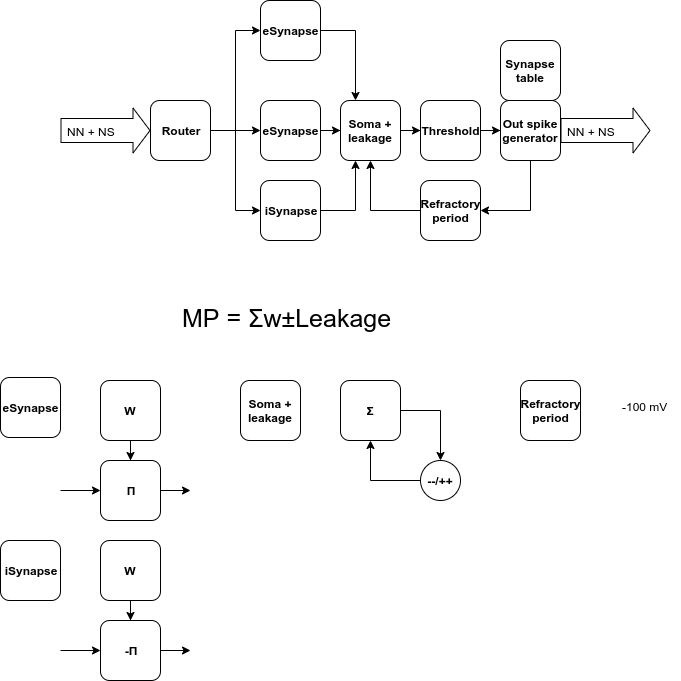
research-team/memristive-spinal-cord keeps this draw.io diagram as doc/diagram/sdn.png. Above is the earlier version. Source tidied: cells renumbered, new cells last; positions are measured from the earlier drawing's top-left corner, leaving out a move shared by most shapes. The source it was exported from:
```xml
<mxGraphModel>
  <root>
    <mxCell id="0" />
    <mxCell id="1" parent="0" />
    <mxCell id="2" style="shape=flexArrow;endArrow=classic;html=1;width=24;endSize=5.33;" parent="1" edge="1">
      <mxGeometry relative="1" as="geometry">
        <mxPoint x="60" y="130" as="sourcePoint" />
        <mxPoint x="150" y="130" as="targetPoint" />
      </mxGeometry>
    </mxCell>
    <mxCell id="3" value="NN + NS" style="text;html=1;align=center;verticalAlign=middle;labelBackgroundColor=#ffffff;" parent="2" vertex="1">
      <mxGeometry x="-0.64" y="2" relative="1" as="geometry">
        <mxPoint x="14" y="2" as="offset" />
      </mxGeometry>
    </mxCell>
    <mxCell id="4" style="edgeStyle=orthogonalEdgeStyle;rounded=0;jettySize=auto;html=1;entryX=0;entryY=0.5;entryDx=0;entryDy=0;" parent="1" edge="1" source="7" target="9">
      <mxGeometry relative="1" as="geometry" />
    </mxCell>
    <mxCell id="5" style="edgeStyle=orthogonalEdgeStyle;rounded=0;jettySize=auto;html=1;entryX=0;entryY=0.5;entryDx=0;entryDy=0;" parent="1" edge="1" source="7" target="30">
      <mxGeometry relative="1" as="geometry" />
    </mxCell>
    <mxCell id="6" style="edgeStyle=orthogonalEdgeStyle;rounded=0;jettySize=auto;html=1;entryX=0;entryY=0.5;entryDx=0;entryDy=0;" parent="1" edge="1" source="7" target="32">
      <mxGeometry relative="1" as="geometry" />
    </mxCell>
    <mxCell id="7" value="&lt;b&gt;Router&lt;/b&gt;" style="rounded=1;whiteSpace=wrap;html=1;" parent="1" vertex="1">
      <mxGeometry x="150" y="100" width="60" height="60" as="geometry" />
    </mxCell>
    <mxCell id="8" style="edgeStyle=orthogonalEdgeStyle;rounded=0;jettySize=auto;html=1;entryX=0.25;entryY=0;entryDx=0;entryDy=0;" parent="1" edge="1" source="9" target="11">
      <mxGeometry relative="1" as="geometry" />
    </mxCell>
    <mxCell id="9" value="&lt;b&gt;eSynapse&lt;/b&gt;" style="rounded=1;whiteSpace=wrap;html=1;" parent="1" vertex="1">
      <mxGeometry x="260" width="60" height="60" as="geometry" />
    </mxCell>
    <mxCell id="10" style="edgeStyle=orthogonalEdgeStyle;rounded=0;jettySize=auto;html=1;" parent="1" edge="1" source="11" target="13">
      <mxGeometry relative="1" as="geometry" />
    </mxCell>
    <mxCell id="11" value="&lt;b&gt;Soma + leakage&lt;/b&gt;" style="rounded=1;whiteSpace=wrap;html=1;" parent="1" vertex="1">
      <mxGeometry x="340" y="100" width="60" height="60" as="geometry" />
    </mxCell>
    <mxCell id="12" style="edgeStyle=orthogonalEdgeStyle;rounded=0;jettySize=auto;html=1;" parent="1" edge="1" source="13" target="15">
      <mxGeometry relative="1" as="geometry" />
    </mxCell>
    <mxCell id="13" value="&lt;b&gt;Threshold&lt;/b&gt;" style="rounded=1;whiteSpace=wrap;html=1;" parent="1" vertex="1">
      <mxGeometry x="420" y="100" width="60" height="60" as="geometry" />
    </mxCell>
    <mxCell id="14" style="edgeStyle=orthogonalEdgeStyle;rounded=0;jettySize=auto;html=1;entryX=1;entryY=0.5;entryDx=0;entryDy=0;" parent="1" edge="1" source="15" target="17">
      <mxGeometry relative="1" as="geometry">
        <Array as="points">
          <mxPoint x="530" y="210" />
        </Array>
      </mxGeometry>
    </mxCell>
    <mxCell id="15" value="&lt;b&gt;Out spike generator&lt;/b&gt;" style="rounded=1;whiteSpace=wrap;html=1;" parent="1" vertex="1">
      <mxGeometry x="500" y="100" width="60" height="60" as="geometry" />
    </mxCell>
    <mxCell id="16" style="edgeStyle=orthogonalEdgeStyle;rounded=0;jettySize=auto;html=1;entryX=0.5;entryY=1;entryDx=0;entryDy=0;" parent="1" edge="1" source="17" target="11">
      <mxGeometry relative="1" as="geometry" />
    </mxCell>
    <mxCell id="17" value="&lt;b&gt;Refractory period&lt;br&gt;&lt;/b&gt;" style="rounded=1;whiteSpace=wrap;html=1;" parent="1" vertex="1">
      <mxGeometry x="420" y="180" width="60" height="60" as="geometry" />
    </mxCell>
    <mxCell id="18" style="edgeStyle=orthogonalEdgeStyle;rounded=0;jettySize=auto;html=1;" parent="1" edge="1" source="19">
      <mxGeometry relative="1" as="geometry">
        <mxPoint x="190" y="490" as="targetPoint" />
      </mxGeometry>
    </mxCell>
    <mxCell id="19" value="&lt;b&gt;Π&lt;/b&gt;" style="rounded=1;whiteSpace=wrap;html=1;" parent="1" vertex="1">
      <mxGeometry x="100" y="460" width="60" height="60" as="geometry" />
    </mxCell>
    <mxCell id="20" style="edgeStyle=orthogonalEdgeStyle;rounded=0;jettySize=auto;html=1;entryX=0.5;entryY=0;entryDx=0;entryDy=0;" parent="1" edge="1" source="21" target="19">
      <mxGeometry relative="1" as="geometry" />
    </mxCell>
    <mxCell id="21" value="&lt;b&gt;W&lt;/b&gt;" style="rounded=1;whiteSpace=wrap;html=1;" parent="1" vertex="1">
      <mxGeometry x="100" y="380" width="60" height="60" as="geometry" />
    </mxCell>
    <mxCell id="22" value="&lt;b&gt;eSynapse&lt;/b&gt;" style="rounded=1;whiteSpace=wrap;html=1;" parent="1" vertex="1">
      <mxGeometry y="377" width="60" height="60" as="geometry" />
    </mxCell>
    <mxCell id="23" style="edgeStyle=orthogonalEdgeStyle;rounded=0;jettySize=auto;html=1;entryX=0;entryY=0.5;entryDx=0;entryDy=0;" parent="1" edge="1" target="19">
      <mxGeometry relative="1" as="geometry">
        <mxPoint x="60" y="490" as="sourcePoint" />
      </mxGeometry>
    </mxCell>
    <mxCell id="24" value="&lt;b&gt;Soma + leakage&lt;/b&gt;" style="rounded=1;whiteSpace=wrap;html=1;" parent="1" vertex="1">
      <mxGeometry x="240" y="380" width="60" height="60" as="geometry" />
    </mxCell>
    <mxCell id="25" style="edgeStyle=orthogonalEdgeStyle;rounded=0;jettySize=auto;html=1;entryX=0.5;entryY=0;entryDx=0;entryDy=0;" parent="1" edge="1" source="26" target="28">
      <mxGeometry relative="1" as="geometry" />
    </mxCell>
    <mxCell id="26" value="&lt;b&gt;Σ&lt;/b&gt;" style="rounded=1;whiteSpace=wrap;html=1;" parent="1" vertex="1">
      <mxGeometry x="340" y="380" width="60" height="60" as="geometry" />
    </mxCell>
    <mxCell id="27" style="edgeStyle=orthogonalEdgeStyle;rounded=0;jettySize=auto;html=1;entryX=0.5;entryY=1;entryDx=0;entryDy=0;" parent="1" edge="1" source="28" target="26">
      <mxGeometry relative="1" as="geometry" />
    </mxCell>
    <mxCell id="28" value="&lt;b&gt;--/++&lt;/b&gt;" style="ellipse;whiteSpace=wrap;html=1;" parent="1" vertex="1">
      <mxGeometry x="420" y="460" width="40" height="40" as="geometry" />
    </mxCell>
    <mxCell id="29" style="edgeStyle=orthogonalEdgeStyle;rounded=0;jettySize=auto;html=1;entryX=0;entryY=0.5;entryDx=0;entryDy=0;" parent="1" edge="1" source="30" target="11">
      <mxGeometry relative="1" as="geometry" />
    </mxCell>
    <mxCell id="30" value="&lt;b&gt;eSynapse&lt;/b&gt;" style="rounded=1;whiteSpace=wrap;html=1;" parent="1" vertex="1">
      <mxGeometry x="260" y="100" width="60" height="60" as="geometry" />
    </mxCell>
    <mxCell id="31" style="edgeStyle=orthogonalEdgeStyle;rounded=0;jettySize=auto;html=1;entryX=0.25;entryY=1;entryDx=0;entryDy=0;" parent="1" edge="1" source="32" target="11">
      <mxGeometry relative="1" as="geometry" />
    </mxCell>
    <mxCell id="32" value="&lt;b&gt;iSynapse&lt;/b&gt;" style="rounded=1;whiteSpace=wrap;html=1;" parent="1" vertex="1">
      <mxGeometry x="260" y="180" width="60" height="60" as="geometry" />
    </mxCell>
    <mxCell id="33" style="shape=flexArrow;endArrow=classic;html=1;width=24;endSize=5.33;" parent="1" edge="1">
      <mxGeometry relative="1" as="geometry">
        <mxPoint x="560" y="130" as="sourcePoint" />
        <mxPoint x="650" y="130" as="targetPoint" />
      </mxGeometry>
    </mxCell>
    <mxCell id="34" value="NN + NS" style="text;html=1;align=center;verticalAlign=middle;labelBackgroundColor=#ffffff;" parent="33" vertex="1">
      <mxGeometry x="-0.64" y="2" relative="1" as="geometry">
        <mxPoint x="14" y="2" as="offset" />
      </mxGeometry>
    </mxCell>
    <mxCell id="35" value="&lt;b&gt;Synapse table&lt;/b&gt;" style="rounded=1;whiteSpace=wrap;html=1;" parent="1" vertex="1">
      <mxGeometry x="500" y="40" width="60" height="60" as="geometry" />
    </mxCell>
    <mxCell id="36" value="&lt;b&gt;Refractory period&lt;br&gt;&lt;/b&gt;" style="rounded=1;whiteSpace=wrap;html=1;" parent="1" vertex="1">
      <mxGeometry x="520" y="380" width="60" height="60" as="geometry" />
    </mxCell>
    <mxCell id="37" value="-100 mV" style="text;html=1;align=left;verticalAlign=top;spacingTop=-4;" parent="1" vertex="1">
      <mxGeometry x="620" y="397" width="60" height="20" as="geometry" />
    </mxCell>
    <mxCell id="38" style="edgeStyle=orthogonalEdgeStyle;rounded=0;jettySize=auto;html=1;" parent="1" edge="1" source="39">
      <mxGeometry relative="1" as="geometry">
        <mxPoint x="190" y="650" as="targetPoint" />
      </mxGeometry>
    </mxCell>
    <mxCell id="39" value="&lt;b&gt;-Π&lt;/b&gt;" style="rounded=1;whiteSpace=wrap;html=1;" parent="1" vertex="1">
      <mxGeometry x="100" y="620" width="60" height="60" as="geometry" />
    </mxCell>
    <mxCell id="40" style="edgeStyle=orthogonalEdgeStyle;rounded=0;jettySize=auto;html=1;entryX=0.5;entryY=0;entryDx=0;entryDy=0;" parent="1" edge="1" source="41" target="39">
      <mxGeometry relative="1" as="geometry" />
    </mxCell>
    <mxCell id="41" value="&lt;b&gt;W&lt;/b&gt;" style="rounded=1;whiteSpace=wrap;html=1;" parent="1" vertex="1">
      <mxGeometry x="100" y="540" width="60" height="60" as="geometry" />
    </mxCell>
    <mxCell id="42" value="&lt;b&gt;iSynapse&lt;/b&gt;" style="rounded=1;whiteSpace=wrap;html=1;" parent="1" vertex="1">
      <mxGeometry y="540" width="60" height="60" as="geometry" />
    </mxCell>
    <mxCell id="43" style="edgeStyle=orthogonalEdgeStyle;rounded=0;jettySize=auto;html=1;entryX=0;entryY=0.5;entryDx=0;entryDy=0;" parent="1" edge="1" target="39">
      <mxGeometry relative="1" as="geometry">
        <mxPoint x="60" y="650" as="sourcePoint" />
      </mxGeometry>
    </mxCell>
    <mxCell id="44" value="MP =&amp;nbsp;&lt;span style=&quot;text-align: center ; white-space: normal ; font-size: 25px&quot;&gt;&lt;font style=&quot;font-size: 25px&quot;&gt;Σ&lt;/font&gt;&lt;/span&gt;w±Leakage" style="text;html=1;align=left;verticalAlign=top;spacingTop=-4;fontSize=25;" parent="1" vertex="1">
      <mxGeometry x="180" y="300" width="220" height="30" as="geometry" />
    </mxCell>
  </root>
</mxGraphModel>
```
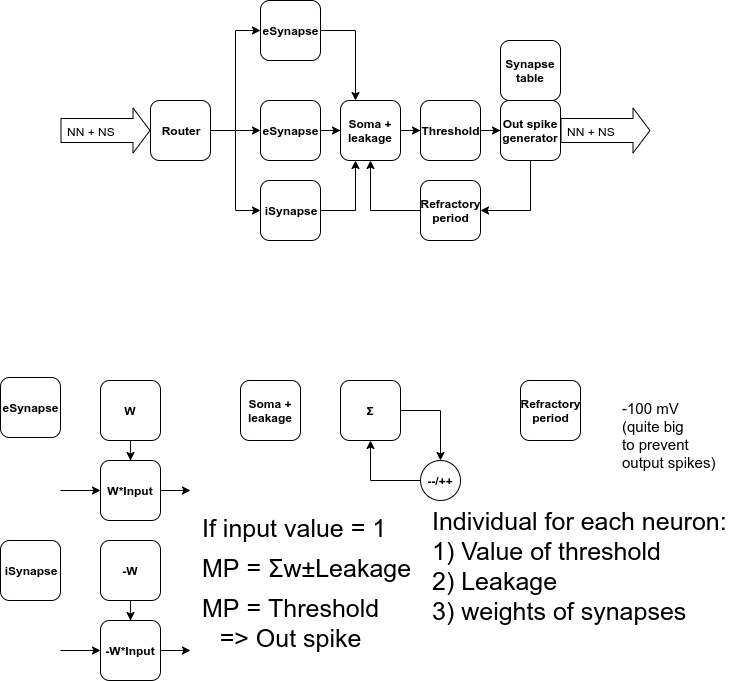
The same diagram one commit later.

Commit message:
DS: updated legend of SDN

What changed in the source:
```diff
@@ -64,7 +64,7 @@
         <mxPoint x="190" y="490" as="targetPoint" />
       </mxGeometry>
     </mxCell>
-    <mxCell id="19" value="&lt;b&gt;Π&lt;/b&gt;" style="rounded=1;whiteSpace=wrap;html=1;" parent="1" vertex="1">
+    <mxCell id="19" value="&lt;b&gt;W*Input&lt;/b&gt;" style="rounded=1;whiteSpace=wrap;html=1;" parent="1" vertex="1">
       <mxGeometry x="100" y="460" width="60" height="60" as="geometry" />
     </mxCell>
     <mxCell id="20" style="edgeStyle=orthogonalEdgeStyle;rounded=0;jettySize=auto;html=1;entryX=0.5;entryY=0;entryDx=0;entryDy=0;" parent="1" edge="1" source="21" target="19">
@@ -125,21 +125,21 @@
     <mxCell id="36" value="&lt;b&gt;Refractory period&lt;br&gt;&lt;/b&gt;" style="rounded=1;whiteSpace=wrap;html=1;" parent="1" vertex="1">
       <mxGeometry x="520" y="380" width="60" height="60" as="geometry" />
     </mxCell>
-    <mxCell id="37" value="-100 mV" style="text;html=1;align=left;verticalAlign=top;spacingTop=-4;" parent="1" vertex="1">
-      <mxGeometry x="620" y="397" width="60" height="20" as="geometry" />
+    <mxCell id="37" value="-100 mV &lt;br&gt;(quite big &lt;br&gt;to prevent &lt;br&gt;output spikes)" style="text;html=1;align=left;verticalAlign=top;spacingTop=-4;fontSize=15;" parent="1" vertex="1">
+      <mxGeometry x="620" y="397" width="110" height="70" as="geometry" />
     </mxCell>
     <mxCell id="38" style="edgeStyle=orthogonalEdgeStyle;rounded=0;jettySize=auto;html=1;" parent="1" edge="1" source="39">
       <mxGeometry relative="1" as="geometry">
         <mxPoint x="190" y="650" as="targetPoint" />
       </mxGeometry>
     </mxCell>
-    <mxCell id="39" value="&lt;b&gt;-Π&lt;/b&gt;" style="rounded=1;whiteSpace=wrap;html=1;" parent="1" vertex="1">
+    <mxCell id="39" value="&lt;b&gt;-W*Input&lt;/b&gt;" style="rounded=1;whiteSpace=wrap;html=1;" parent="1" vertex="1">
       <mxGeometry x="100" y="620" width="60" height="60" as="geometry" />
     </mxCell>
     <mxCell id="40" style="edgeStyle=orthogonalEdgeStyle;rounded=0;jettySize=auto;html=1;entryX=0.5;entryY=0;entryDx=0;entryDy=0;" parent="1" edge="1" source="41" target="39">
       <mxGeometry relative="1" as="geometry" />
     </mxCell>
-    <mxCell id="41" value="&lt;b&gt;W&lt;/b&gt;" style="rounded=1;whiteSpace=wrap;html=1;" parent="1" vertex="1">
+    <mxCell id="41" value="&lt;b&gt;-W&lt;/b&gt;" style="rounded=1;whiteSpace=wrap;html=1;" parent="1" vertex="1">
       <mxGeometry x="100" y="540" width="60" height="60" as="geometry" />
     </mxCell>
     <mxCell id="42" value="&lt;b&gt;iSynapse&lt;/b&gt;" style="rounded=1;whiteSpace=wrap;html=1;" parent="1" vertex="1">
@@ -151,7 +151,16 @@
       </mxGeometry>
     </mxCell>
     <mxCell id="44" value="MP =&amp;nbsp;&lt;span style=&quot;text-align: center ; white-space: normal ; font-size: 25px&quot;&gt;&lt;font style=&quot;font-size: 25px&quot;&gt;Σ&lt;/font&gt;&lt;/span&gt;w±Leakage" style="text;html=1;align=left;verticalAlign=top;spacingTop=-4;fontSize=25;" parent="1" vertex="1">
-      <mxGeometry x="180" y="300" width="220" height="30" as="geometry" />
+      <mxGeometry x="200" y="550" width="220" height="30" as="geometry" />
     </mxCell>
+    <mxCell id="45" value="&lt;div style=&quot;text-align: center&quot;&gt;&lt;span&gt;MP = &lt;span style=&quot;white-space: normal&quot;&gt;Threshold&amp;nbsp;&lt;/span&gt;&lt;/span&gt;&lt;/div&gt;&lt;div style=&quot;text-align: center&quot;&gt;&lt;span&gt;&lt;span style=&quot;white-space: normal&quot;&gt;=&amp;gt; Out spike&amp;nbsp;&lt;/span&gt;&lt;/span&gt;&lt;/div&gt;" style="text;html=1;align=left;verticalAlign=top;spacingTop=-4;fontSize=25;" parent="1" vertex="1">
+      <mxGeometry x="200" y="590" width="200" height="60" as="geometry" />
+    </mxCell>
+    <mxCell id="46" value="Individual for each neuron:&lt;br&gt;1) Value of threshold&lt;br&gt;2) Leakage&amp;nbsp;&lt;br&gt;3) weights of synapses" style="text;html=1;align=left;verticalAlign=top;spacingTop=-4;fontSize=25;" parent="1" vertex="1">
+      <mxGeometry x="430" y="502.5" width="310" height="120" as="geometry" />
+    </mxCell>
+    <mxCell id="47" value="If input value = 1" style="text;html=1;align=left;verticalAlign=top;spacingTop=-4;fontSize=25;" parent="1" vertex="1">
+      <mxGeometry x="200" y="510" width="200" height="30" as="geometry" />
+    </mxCell>
   </root>
 </mxGraphModel>
```
